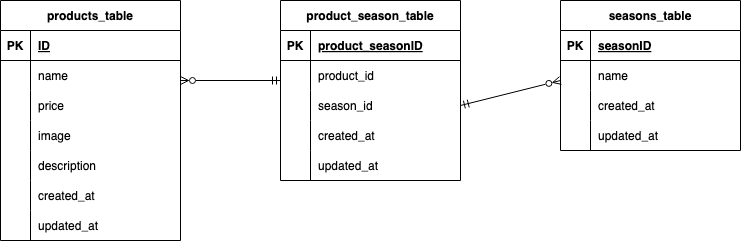
This is erd.png from Koharu5810/confirmation-test2, a draw.io export, as it was before one commit. Source tidied: cells renumbered, new cells last; positions are measured from the earlier drawing's top-left corner, leaving out a move shared by most shapes. The source it was exported from:
```xml
<mxGraphModel>
  <root>
    <mxCell id="0" />
    <mxCell id="1" parent="0" />
    <mxCell id="2" value="products_table" style="shape=table;startSize=30;rowLines=0;fontStyle=1;align=center;" parent="1" vertex="1">
      <mxGeometry width="180" height="240" as="geometry" />
    </mxCell>
    <mxCell id="3" style="shape=tableRow;horizontal=0;startSize=0;swimlaneHead=0;swimlaneBody=0;fillColor=none;top=0;left=0;right=0;bottom=1;" parent="2" vertex="1">
      <mxGeometry y="30" width="180" height="30" as="geometry" />
    </mxCell>
    <mxCell id="4" value="PK" style="shape=partialRectangle;fillColor=none;top=0;left=0;bottom=0;right=0;fontStyle=1;overflow=hidden;" parent="3" vertex="1">
      <mxGeometry width="30" height="30" as="geometry" />
    </mxCell>
    <mxCell id="5" value="ID" style="shape=partialRectangle;fillColor=none;top=0;left=0;bottom=0;right=0;align=left;spacingLeft=6;fontStyle=5;overflow=hidden;" parent="3" vertex="1">
      <mxGeometry x="30" width="150" height="30" as="geometry" />
    </mxCell>
    <mxCell id="6" style="shape=tableRow;horizontal=0;startSize=0;swimlaneHead=0;swimlaneBody=0;fillColor=none;top=0;left=0;right=0;bottom=0;" parent="2" vertex="1">
      <mxGeometry y="60" width="180" height="30" as="geometry" />
    </mxCell>
    <mxCell id="7" style="shape=partialRectangle;fillColor=none;top=0;left=0;bottom=0;right=0;overflow=hidden;" parent="6" vertex="1">
      <mxGeometry width="30" height="30" as="geometry" />
    </mxCell>
    <mxCell id="8" value="name" style="shape=partialRectangle;fillColor=none;top=0;left=0;bottom=0;right=0;align=left;spacingLeft=6;overflow=hidden;" parent="6" vertex="1">
      <mxGeometry x="30" width="150" height="30" as="geometry" />
    </mxCell>
    <mxCell id="9" style="shape=tableRow;horizontal=0;startSize=0;swimlaneHead=0;swimlaneBody=0;fillColor=none;top=0;left=0;right=0;bottom=0;" parent="2" vertex="1">
      <mxGeometry y="90" width="180" height="30" as="geometry" />
    </mxCell>
    <mxCell id="10" style="shape=partialRectangle;fillColor=none;top=0;left=0;bottom=0;right=0;overflow=hidden;" parent="9" vertex="1">
      <mxGeometry width="30" height="30" as="geometry" />
    </mxCell>
    <mxCell id="11" value="price" style="shape=partialRectangle;fillColor=none;top=0;left=0;bottom=0;right=0;align=left;spacingLeft=6;overflow=hidden;" parent="9" vertex="1">
      <mxGeometry x="30" width="150" height="30" as="geometry" />
    </mxCell>
    <mxCell id="12" style="shape=tableRow;horizontal=0;startSize=0;swimlaneHead=0;swimlaneBody=0;fillColor=none;top=0;left=0;right=0;bottom=0;" parent="2" vertex="1">
      <mxGeometry y="120" width="180" height="30" as="geometry" />
    </mxCell>
    <mxCell id="13" style="shape=partialRectangle;fillColor=none;top=0;left=0;bottom=0;right=0;overflow=hidden;" parent="12" vertex="1">
      <mxGeometry width="30" height="30" as="geometry" />
    </mxCell>
    <mxCell id="14" value="image" style="shape=partialRectangle;fillColor=none;top=0;left=0;bottom=0;right=0;align=left;spacingLeft=6;overflow=hidden;" parent="12" vertex="1">
      <mxGeometry x="30" width="150" height="30" as="geometry" />
    </mxCell>
    <mxCell id="15" style="shape=tableRow;horizontal=0;startSize=0;swimlaneHead=0;swimlaneBody=0;fillColor=none;top=0;left=0;right=0;bottom=0;" parent="2" vertex="1">
      <mxGeometry y="150" width="180" height="30" as="geometry" />
    </mxCell>
    <mxCell id="16" style="shape=partialRectangle;fillColor=none;top=0;left=0;bottom=0;right=0;overflow=hidden;" parent="15" vertex="1">
      <mxGeometry width="30" height="30" as="geometry" />
    </mxCell>
    <mxCell id="17" value="description" style="shape=partialRectangle;fillColor=none;top=0;left=0;bottom=0;right=0;align=left;spacingLeft=6;overflow=hidden;" parent="15" vertex="1">
      <mxGeometry x="30" width="150" height="30" as="geometry" />
    </mxCell>
    <mxCell id="18" style="shape=tableRow;horizontal=0;startSize=0;swimlaneHead=0;swimlaneBody=0;fillColor=none;top=0;left=0;right=0;bottom=0;" parent="2" vertex="1">
      <mxGeometry y="180" width="180" height="30" as="geometry" />
    </mxCell>
    <mxCell id="19" style="shape=partialRectangle;fillColor=none;top=0;left=0;bottom=0;right=0;overflow=hidden;" parent="18" vertex="1">
      <mxGeometry width="30" height="30" as="geometry" />
    </mxCell>
    <mxCell id="20" value="created_at" style="shape=partialRectangle;fillColor=none;top=0;left=0;bottom=0;right=0;align=left;spacingLeft=6;overflow=hidden;" parent="18" vertex="1">
      <mxGeometry x="30" width="150" height="30" as="geometry" />
    </mxCell>
    <mxCell id="21" style="shape=tableRow;horizontal=0;startSize=0;swimlaneHead=0;swimlaneBody=0;fillColor=none;top=0;left=0;right=0;bottom=0;" parent="2" vertex="1">
      <mxGeometry y="210" width="180" height="30" as="geometry" />
    </mxCell>
    <mxCell id="22" style="shape=partialRectangle;fillColor=none;top=0;left=0;bottom=0;right=0;overflow=hidden;" parent="21" vertex="1">
      <mxGeometry width="30" height="30" as="geometry" />
    </mxCell>
    <mxCell id="23" value="updated_at" style="shape=partialRectangle;fillColor=none;top=0;left=0;bottom=0;right=0;align=left;spacingLeft=6;overflow=hidden;" parent="21" vertex="1">
      <mxGeometry x="30" width="150" height="30" as="geometry" />
    </mxCell>
    <mxCell id="24" value="product_season_table" style="shape=table;startSize=30;rowLines=0;fontStyle=1;align=center;" parent="1" vertex="1">
      <mxGeometry x="280" width="180" height="180" as="geometry" />
    </mxCell>
    <mxCell id="25" style="shape=tableRow;horizontal=0;startSize=0;swimlaneHead=0;swimlaneBody=0;fillColor=none;top=0;left=0;right=0;bottom=1;" parent="24" vertex="1">
      <mxGeometry y="30" width="180" height="30" as="geometry" />
    </mxCell>
    <mxCell id="26" value="PK" style="shape=partialRectangle;fillColor=none;top=0;left=0;bottom=0;right=0;fontStyle=1;overflow=hidden;" parent="25" vertex="1">
      <mxGeometry width="30" height="30" as="geometry" />
    </mxCell>
    <mxCell id="27" value="product_seasonID" style="shape=partialRectangle;fillColor=none;top=0;left=0;bottom=0;right=0;align=left;spacingLeft=6;fontStyle=5;overflow=hidden;" parent="25" vertex="1">
      <mxGeometry x="30" width="150" height="30" as="geometry" />
    </mxCell>
    <mxCell id="28" style="shape=tableRow;horizontal=0;startSize=0;swimlaneHead=0;swimlaneBody=0;fillColor=none;top=0;left=0;right=0;bottom=0;" parent="24" vertex="1">
      <mxGeometry y="60" width="180" height="30" as="geometry" />
    </mxCell>
    <mxCell id="29" style="shape=partialRectangle;fillColor=none;top=0;left=0;bottom=0;right=0;overflow=hidden;" parent="28" vertex="1">
      <mxGeometry width="30" height="30" as="geometry" />
    </mxCell>
    <mxCell id="30" value="product_id" style="shape=partialRectangle;fillColor=none;top=0;left=0;bottom=0;right=0;align=left;spacingLeft=6;overflow=hidden;" parent="28" vertex="1">
      <mxGeometry x="30" width="150" height="30" as="geometry" />
    </mxCell>
    <mxCell id="31" style="shape=tableRow;horizontal=0;startSize=0;swimlaneHead=0;swimlaneBody=0;fillColor=none;points=[[0,0.5],[1,0.5]];portConstraint=eastwest;top=0;left=0;right=0;bottom=0;" parent="24" vertex="1">
      <mxGeometry y="90" width="180" height="30" as="geometry" />
    </mxCell>
    <mxCell id="32" style="shape=partialRectangle;fillColor=none;top=0;left=0;bottom=0;right=0;overflow=hidden;" parent="31" vertex="1">
      <mxGeometry width="30" height="30" as="geometry" />
    </mxCell>
    <mxCell id="33" value="season_id" style="shape=partialRectangle;fillColor=none;top=0;left=0;bottom=0;right=0;align=left;spacingLeft=6;overflow=hidden;" parent="31" vertex="1">
      <mxGeometry x="30" width="150" height="30" as="geometry" />
    </mxCell>
    <mxCell id="34" style="shape=tableRow;horizontal=0;startSize=0;swimlaneHead=0;swimlaneBody=0;fillColor=none;top=0;left=0;right=0;bottom=0;" parent="24" vertex="1">
      <mxGeometry y="120" width="180" height="30" as="geometry" />
    </mxCell>
    <mxCell id="35" style="shape=partialRectangle;fillColor=none;top=0;left=0;bottom=0;right=0;overflow=hidden;" parent="34" vertex="1">
      <mxGeometry width="30" height="30" as="geometry" />
    </mxCell>
    <mxCell id="36" value="created_at" style="shape=partialRectangle;fillColor=none;top=0;left=0;bottom=0;right=0;align=left;spacingLeft=6;overflow=hidden;" parent="34" vertex="1">
      <mxGeometry x="30" width="150" height="30" as="geometry" />
    </mxCell>
    <mxCell id="37" style="shape=tableRow;horizontal=0;startSize=0;swimlaneHead=0;swimlaneBody=0;fillColor=none;top=0;left=0;right=0;bottom=0;" parent="24" vertex="1">
      <mxGeometry y="150" width="180" height="30" as="geometry" />
    </mxCell>
    <mxCell id="38" style="shape=partialRectangle;fillColor=none;top=0;left=0;bottom=0;right=0;overflow=hidden;" parent="37" vertex="1">
      <mxGeometry width="30" height="30" as="geometry" />
    </mxCell>
    <mxCell id="39" value="updated_at" style="shape=partialRectangle;fillColor=none;top=0;left=0;bottom=0;right=0;align=left;spacingLeft=6;overflow=hidden;" parent="37" vertex="1">
      <mxGeometry x="30" width="150" height="30" as="geometry" />
    </mxCell>
    <mxCell id="40" value="seasons_table" style="shape=table;startSize=30;rowLines=0;fontStyle=1;align=center;" parent="1" vertex="1">
      <mxGeometry x="560" width="180" height="150" as="geometry" />
    </mxCell>
    <mxCell id="41" style="shape=tableRow;horizontal=0;startSize=0;swimlaneHead=0;swimlaneBody=0;fillColor=none;top=0;left=0;right=0;bottom=1;" parent="40" vertex="1">
      <mxGeometry y="30" width="180" height="30" as="geometry" />
    </mxCell>
    <mxCell id="42" value="PK" style="shape=partialRectangle;fillColor=none;top=0;left=0;bottom=0;right=0;fontStyle=1;overflow=hidden;" parent="41" vertex="1">
      <mxGeometry width="30" height="30" as="geometry" />
    </mxCell>
    <mxCell id="43" value="seasonID" style="shape=partialRectangle;fillColor=none;top=0;left=0;bottom=0;right=0;align=left;spacingLeft=6;fontStyle=5;overflow=hidden;" parent="41" vertex="1">
      <mxGeometry x="30" width="150" height="30" as="geometry" />
    </mxCell>
    <mxCell id="44" style="shape=tableRow;horizontal=0;startSize=0;swimlaneHead=0;swimlaneBody=0;fillColor=none;points=[[0,0.5],[1,0.5]];portConstraint=eastwest;top=0;left=0;right=0;bottom=0;" parent="40" vertex="1">
      <mxGeometry y="60" width="180" height="30" as="geometry" />
    </mxCell>
    <mxCell id="45" style="shape=partialRectangle;fillColor=none;top=0;left=0;bottom=0;right=0;overflow=hidden;" parent="44" vertex="1">
      <mxGeometry width="30" height="30" as="geometry" />
    </mxCell>
    <mxCell id="46" value="name" style="shape=partialRectangle;fillColor=none;top=0;left=0;bottom=0;right=0;align=left;spacingLeft=6;overflow=hidden;" parent="44" vertex="1">
      <mxGeometry x="30" width="150" height="30" as="geometry" />
    </mxCell>
    <mxCell id="47" style="shape=tableRow;horizontal=0;startSize=0;swimlaneHead=0;swimlaneBody=0;fillColor=none;top=0;left=0;right=0;bottom=0;" parent="40" vertex="1">
      <mxGeometry y="90" width="180" height="30" as="geometry" />
    </mxCell>
    <mxCell id="48" style="shape=partialRectangle;fillColor=none;top=0;left=0;bottom=0;right=0;overflow=hidden;" parent="47" vertex="1">
      <mxGeometry width="30" height="30" as="geometry" />
    </mxCell>
    <mxCell id="49" value="created_at" style="shape=partialRectangle;fillColor=none;top=0;left=0;bottom=0;right=0;align=left;spacingLeft=6;overflow=hidden;" parent="47" vertex="1">
      <mxGeometry x="30" width="150" height="30" as="geometry" />
    </mxCell>
    <mxCell id="50" style="shape=tableRow;horizontal=0;startSize=0;swimlaneHead=0;swimlaneBody=0;fillColor=none;top=0;left=0;right=0;bottom=0;" parent="40" vertex="1">
      <mxGeometry y="120" width="180" height="30" as="geometry" />
    </mxCell>
    <mxCell id="51" style="shape=partialRectangle;fillColor=none;top=0;left=0;bottom=0;right=0;overflow=hidden;" parent="50" vertex="1">
      <mxGeometry width="30" height="30" as="geometry" />
    </mxCell>
    <mxCell id="52" value="updated_at" style="shape=partialRectangle;fillColor=none;top=0;left=0;bottom=0;right=0;align=left;spacingLeft=6;overflow=hidden;" parent="50" vertex="1">
      <mxGeometry x="30" width="150" height="30" as="geometry" />
    </mxCell>
    <mxCell id="53" style="fontSize=12;html=1;endArrow=ERzeroToMany;startArrow=ERmandOne;exitX=1;exitY=0.5;exitDx=0;exitDy=0;endFill=0;entryX=0;entryY=0.667;entryDx=0;entryDy=0;entryPerimeter=0;" parent="1" edge="1" source="31" target="44">
      <mxGeometry relative="1" as="geometry" />
    </mxCell>
    <mxCell id="54" style="fontSize=12;html=1;endArrow=ERzeroToMany;startArrow=ERmandOne;endFill=0;" parent="1" edge="1">
      <mxGeometry relative="1" as="geometry">
        <mxPoint x="280" y="80" as="sourcePoint" />
        <mxPoint x="180" y="80" as="targetPoint" />
      </mxGeometry>
    </mxCell>
  </root>
</mxGraphModel>
```
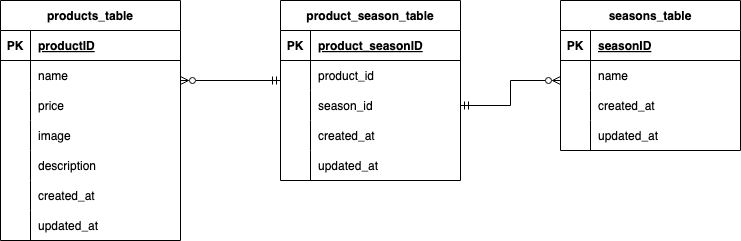
After the change.

Change to the diagram source:
```diff
@@ -11,7 +11,7 @@
     <mxCell id="4" value="PK" style="shape=partialRectangle;fillColor=none;top=0;left=0;bottom=0;right=0;fontStyle=1;overflow=hidden;" parent="3" vertex="1">
       <mxGeometry width="30" height="30" as="geometry" />
     </mxCell>
-    <mxCell id="5" value="ID" style="shape=partialRectangle;fillColor=none;top=0;left=0;bottom=0;right=0;align=left;spacingLeft=6;fontStyle=5;overflow=hidden;" parent="3" vertex="1">
+    <mxCell id="5" value="productID" style="shape=partialRectangle;fillColor=none;top=0;left=0;bottom=0;right=0;align=left;spacingLeft=6;fontStyle=5;overflow=hidden;" parent="3" vertex="1">
       <mxGeometry x="30" width="150" height="30" as="geometry" />
     </mxCell>
     <mxCell id="6" style="shape=tableRow;horizontal=0;startSize=0;swimlaneHead=0;swimlaneBody=0;fillColor=none;top=0;left=0;right=0;bottom=0;" parent="2" vertex="1">
@@ -155,7 +155,7 @@
     <mxCell id="52" value="updated_at" style="shape=partialRectangle;fillColor=none;top=0;left=0;bottom=0;right=0;align=left;spacingLeft=6;overflow=hidden;" parent="50" vertex="1">
       <mxGeometry x="30" width="150" height="30" as="geometry" />
     </mxCell>
-    <mxCell id="53" style="fontSize=12;html=1;endArrow=ERzeroToMany;startArrow=ERmandOne;exitX=1;exitY=0.5;exitDx=0;exitDy=0;endFill=0;entryX=0;entryY=0.667;entryDx=0;entryDy=0;entryPerimeter=0;" parent="1" edge="1" source="31" target="44">
+    <mxCell id="53" style="fontSize=12;html=1;endArrow=ERzeroToMany;startArrow=ERmandOne;exitX=1;exitY=0.5;exitDx=0;exitDy=0;endFill=0;entryX=0;entryY=0.667;entryDx=0;entryDy=0;entryPerimeter=0;edgeStyle=orthogonalEdgeStyle;rounded=0;" parent="1" edge="1" source="31" target="44">
       <mxGeometry relative="1" as="geometry" />
     </mxCell>
     <mxCell id="54" style="fontSize=12;html=1;endArrow=ERzeroToMany;startArrow=ERmandOne;endFill=0;" parent="1" edge="1">
```
